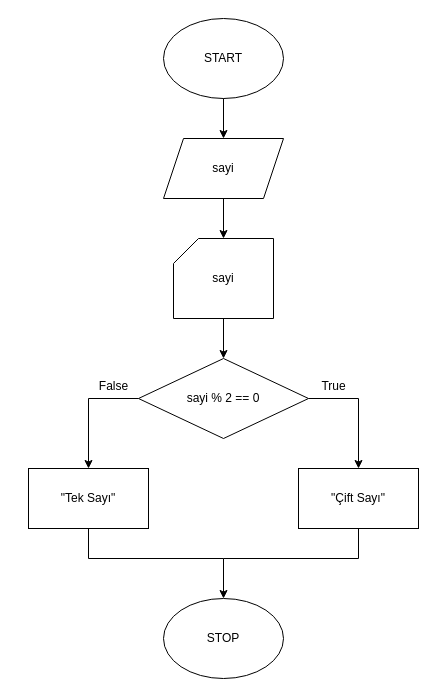
Kano008/drawalg keeps this draw.io diagram as examples/tek-cift-sayi.drawio. Above is the earlier version. Source tidied: cells renumbered, new cells numbered last; positions are measured from the earlier drawing's top-left corner, leaving out a move shared by most shapes. Both pictures are drawn from the tidied source at 100%, with x=0, y=0 at pixel (28, 18).
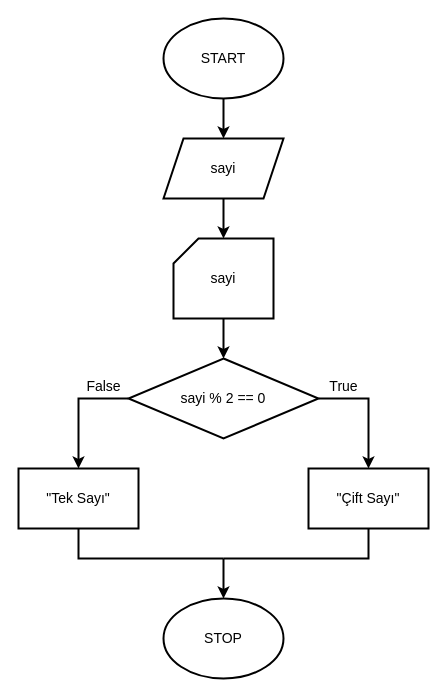
After the change.

What changed in the source:
```diff
@@
-    <mxCell id="2" value="START" style="ellipse;html=1;whiteSpace=wrap;fontSize=12;drawalg=1;" parent="1" vertex="1">
+    <mxCell id="2" value="START" style="ellipse;html=1;whiteSpace=wrap;strokeWidth=2;fontSize=14;drawalg=1;drawalgV=2;" parent="1" vertex="1">
       <mxGeometry x="135" width="120" height="80" as="geometry" />
     </mxCell>
-    <mxCell id="3" value="STOP" style="ellipse;html=1;whiteSpace=wrap;fontSize=12;drawalg=1;" parent="1" vertex="1">
+    <mxCell id="3" value="STOP" style="ellipse;html=1;whiteSpace=wrap;strokeWidth=2;fontSize=14;drawalg=1;drawalgV=2;" parent="1" vertex="1">
       <mxGeometry x="135" y="580" width="120" height="80" as="geometry" />
     </mxCell>
-    <mxCell id="4" style="edgeStyle=none;rounded=0;html=1;endFill=1;drawalg=1;endArrow=classic;exitX=0.5;exitY=1;exitDx=0;exitDy=0;exitPerimeter=0;entryX=0.5;entryY=0;entryDx=0;entryDy=0;entryPerimeter=0;daSeq=main;daIdx=0;" parent="1" edge="1" source="2" target="5">
-      <mxGeometry relative="1" as="geometry" />
-    </mxCell>
-    <mxCell id="5" value="sayi" style="shape=parallelogram;perimeter=parallelogramPerimeter;fixedSize=1;size=20;html=1;whiteSpace=wrap;fontSize=12;drawalg=1;" parent="1" vertex="1">
-      <mxGeometry x="135" y="120" width="120" height="60" as="geometry" />
-    </mxCell>
-    <mxCell id="6" style="edgeStyle=none;rounded=0;html=1;endFill=1;drawalg=1;endArrow=classic;exitX=0.5;exitY=1;exitDx=0;exitDy=0;exitPerimeter=0;entryX=0.5;entryY=0;entryDx=0;entryDy=0;entryPerimeter=0;daSeq=main;daIdx=1;" parent="1" edge="1" source="5" target="7">
-      <mxGeometry relative="1" as="geometry" />
-    </mxCell>
-    <mxCell id="7" value="sayi" style="shape=card;size=25;html=1;whiteSpace=wrap;fontSize=12;drawalg=1;" parent="1" vertex="1">
-      <mxGeometry x="145" y="220" width="100" height="80" as="geometry" />
-    </mxCell>
-    <mxCell id="8" style="edgeStyle=none;rounded=0;html=1;endFill=1;drawalg=1;endArrow=classic;exitX=0.5;exitY=1;exitDx=0;exitDy=0;exitPerimeter=0;entryX=0.5;entryY=0;entryDx=0;entryDy=0;entryPerimeter=0;daSeq=main;daIdx=2;" parent="1" edge="1" source="7" target="9">
-      <mxGeometry relative="1" as="geometry" />
-    </mxCell>
+    <mxCell id="20" style="edgeStyle=none;rounded=0;html=1;endFill=1;strokeWidth=2;drawalg=1;drawalgV=2;endArrow=classic;exitX=0.5;exitY=1;exitDx=0;exitDy=0;exitPerimeter=0;entryX=0.5;entryY=0;entryDx=0;entryDy=0;entryPerimeter=0;daSeq=main;daIdx=0;" parent="1" edge="1" source="2" target="21">
+      <mxGeometry relative="1" as="geometry" />
+    </mxCell>
+    <mxCell id="21" value="sayi" style="shape=parallelogram;perimeter=parallelogramPerimeter;fixedSize=1;size=20;html=1;whiteSpace=wrap;strokeWidth=2;fontSize=14;drawalg=1;drawalgV=2;" parent="1" vertex="1">
+      <mxGeometry x="135" y="120" width="120" height="60" as="geometry" />
+    </mxCell>
+    <mxCell id="22" style="edgeStyle=none;rounded=0;html=1;endFill=1;strokeWidth=2;drawalg=1;drawalgV=2;endArrow=classic;exitX=0.5;exitY=1;exitDx=0;exitDy=0;exitPerimeter=0;entryX=0.5;entryY=0;entryDx=0;entryDy=0;entryPerimeter=0;daSeq=main;daIdx=1;" parent="1" edge="1" source="21" target="23">
+      <mxGeometry relative="1" as="geometry" />
+    </mxCell>
+    <mxCell id="23" value="sayi" style="shape=card;size=25;html=1;whiteSpace=wrap;strokeWidth=2;fontSize=14;drawalg=1;drawalgV=2;" parent="1" vertex="1">
+      <mxGeometry x="145" y="220" width="100" height="80" as="geometry" />
+    </mxCell>
+    <mxCell id="24" style="edgeStyle=none;rounded=0;html=1;endFill=1;strokeWidth=2;drawalg=1;drawalgV=2;endArrow=classic;exitX=0.5;exitY=1;exitDx=0;exitDy=0;exitPerimeter=0;entryX=0.5;entryY=0;entryDx=0;entryDy=0;entryPerimeter=0;daSeq=main;daIdx=2;" parent="1" edge="1" source="23" target="9">
+      <mxGeometry relative="1" as="geometry" />
+    </mxCell>
-    <mxCell id="9" value="sayi % 2 == 0" style="rhombus;html=1;whiteSpace=wrap;fontSize=12;drawalg=1;" parent="1" vertex="1">
-      <mxGeometry x="110" y="340" width="170" height="80" as="geometry" />
+    <mxCell id="9" value="sayi % 2 == 0" style="rhombus;html=1;whiteSpace=wrap;strokeWidth=2;fontSize=14;drawalg=1;drawalgV=2;" parent="1" vertex="1">
+      <mxGeometry x="100" y="340" width="190" height="80" as="geometry" />
     </mxCell>
-    <mxCell id="10" style="shape=waypoint;size=1;fillColor=none;strokeColor=none;perimeter=centerPerimeter;drawalg=1;selectable=0;" parent="1" vertex="1">
-      <mxGeometry x="194" y="539" width="2" height="2" as="geometry" />
-    </mxCell>
+    <mxCell id="25" style="shape=waypoint;size=1;fillColor=none;strokeColor=none;perimeter=centerPerimeter;drawalg=1;drawalgV=2;selectable=0;" parent="1" vertex="1">
+      <mxGeometry x="194" y="539" width="2" height="2" as="geometry" />
+    </mxCell>
-    <mxCell id="11" value="False" style="text;html=1;align=center;verticalAlign=middle;strokeColor=none;fillColor=none;fontSize=12;drawalg=1;selectable=0;" parent="1" vertex="1">
-      <mxGeometry x="60" y="358" width="50" height="20" as="geometry" />
+    <mxCell id="11" value="False" style="text;html=1;align=center;verticalAlign=middle;strokeColor=none;fillColor=none;fontSize=14;drawalg=1;drawalgV=2;selectable=0;" parent="1" vertex="1">
+      <mxGeometry x="50" y="358" width="50" height="20" as="geometry" />
     </mxCell>
-    <mxCell id="12" value="True" style="text;html=1;align=center;verticalAlign=middle;strokeColor=none;fillColor=none;fontSize=12;drawalg=1;selectable=0;" parent="1" vertex="1">
-      <mxGeometry x="280" y="358" width="50" height="20" as="geometry" />
+    <mxCell id="12" value="True" style="text;html=1;align=center;verticalAlign=middle;strokeColor=none;fillColor=none;fontSize=14;drawalg=1;drawalgV=2;selectable=0;" parent="1" vertex="1">
+      <mxGeometry x="290" y="358" width="50" height="20" as="geometry" />
     </mxCell>
-    <mxCell id="13" style="edgeStyle=none;rounded=0;html=1;endFill=1;drawalg=1;endArrow=classic;exitX=0;exitY=0.5;exitDx=0;exitDy=0;exitPerimeter=0;entryX=0.5;entryY=0;entryDx=0;entryDy=0;entryPerimeter=0;daSeq=q03s0rvtr:no;daIdx=0;" parent="1" edge="1" source="9" target="16">
+    <mxCell id="13" style="edgeStyle=none;rounded=0;html=1;endFill=1;strokeWidth=2;drawalg=1;drawalgV=2;endArrow=classic;exitX=0;exitY=0.5;exitDx=0;exitDy=0;exitPerimeter=0;entryX=0.5;entryY=0;entryDx=0;entryDy=0;entryPerimeter=0;daSeq=f7tk1crzk:no;daIdx=0;" parent="1" edge="1" source="9" target="16">
       <mxGeometry relative="1" as="geometry">
         <Array as="points">
-          <mxPoint x="60" y="380" />
+          <mxPoint x="50" y="380" />
         </Array>
       </mxGeometry>
     </mxCell>
-    <mxCell id="14" style="edgeStyle=none;rounded=0;html=1;endFill=1;drawalg=1;endArrow=classic;exitX=1;exitY=0.5;exitDx=0;exitDy=0;exitPerimeter=0;entryX=0.5;entryY=0;entryDx=0;entryDy=0;entryPerimeter=0;daSeq=q03s0rvtr:yes;daIdx=0;" parent="1" edge="1" source="9" target="18">
+    <mxCell id="14" style="edgeStyle=none;rounded=0;html=1;endFill=1;strokeWidth=2;drawalg=1;drawalgV=2;endArrow=classic;exitX=1;exitY=0.5;exitDx=0;exitDy=0;exitPerimeter=0;entryX=0.5;entryY=0;entryDx=0;entryDy=0;entryPerimeter=0;daSeq=f7tk1crzk:yes;daIdx=0;" parent="1" edge="1" source="9" target="18">
       <mxGeometry relative="1" as="geometry">
         <Array as="points">
-          <mxPoint x="330" y="380" />
+          <mxPoint x="340" y="380" />
         </Array>
       </mxGeometry>
     </mxCell>
-    <mxCell id="15" style="edgeStyle=none;rounded=0;html=1;endFill=1;drawalg=1;endArrow=classic;exitX=0.5;exitY=0.5;exitDx=0;exitDy=0;exitPerimeter=0;entryX=0.5;entryY=0;entryDx=0;entryDy=0;entryPerimeter=0;daSeq=main;daIdx=3;" parent="1" edge="1" source="10" target="3">
-      <mxGeometry relative="1" as="geometry" />
-    </mxCell>
+    <mxCell id="26" style="edgeStyle=none;rounded=0;html=1;endFill=1;strokeWidth=2;drawalg=1;drawalgV=2;endArrow=classic;exitX=0.5;exitY=0.5;exitDx=0;exitDy=0;exitPerimeter=0;entryX=0.5;entryY=0;entryDx=0;entryDy=0;entryPerimeter=0;daSeq=main;daIdx=3;" parent="1" edge="1" source="25" target="3">
+      <mxGeometry relative="1" as="geometry" />
+    </mxCell>
-    <mxCell id="16" value="&quot;Tek Sayı&quot;" style="rounded=0;html=1;whiteSpace=wrap;fontSize=12;drawalg=1;" parent="1" vertex="1">
-      <mxGeometry y="450" width="120" height="60" as="geometry" />
+    <mxCell id="16" value="&quot;Tek Sayı&quot;" style="rounded=0;html=1;whiteSpace=wrap;strokeWidth=2;fontSize=14;drawalg=1;drawalgV=2;" parent="1" vertex="1">
+      <mxGeometry x="-10" y="450" width="120" height="60" as="geometry" />
     </mxCell>
-    <mxCell id="17" style="edgeStyle=none;rounded=0;html=1;endFill=1;drawalg=1;endArrow=none;exitX=0.5;exitY=1;exitDx=0;exitDy=0;exitPerimeter=0;entryX=0.5;entryY=0.5;entryDx=0;entryDy=0;entryPerimeter=0;daSeq=q03s0rvtr:no;daIdx=1;" parent="1" edge="1" source="16" target="10">
-      <mxGeometry relative="1" as="geometry">
-        <Array as="points">
-          <mxPoint x="60" y="540" />
-        </Array>
-      </mxGeometry>
-    </mxCell>
+    <mxCell id="27" style="edgeStyle=none;rounded=0;html=1;endFill=1;strokeWidth=2;drawalg=1;drawalgV=2;endArrow=none;exitX=0.5;exitY=1;exitDx=0;exitDy=0;exitPerimeter=0;entryX=0.5;entryY=0.5;entryDx=0;entryDy=0;entryPerimeter=0;daSeq=f7tk1crzk:no;daIdx=1;" parent="1" edge="1" source="16" target="25">
+      <mxGeometry relative="1" as="geometry">
+        <Array as="points">
+          <mxPoint x="50" y="540" />
+        </Array>
+      </mxGeometry>
+    </mxCell>
-    <mxCell id="18" value="&quot;Çift Sayı&quot;" style="rounded=0;html=1;whiteSpace=wrap;fontSize=12;drawalg=1;" parent="1" vertex="1">
-      <mxGeometry x="270" y="450" width="120" height="60" as="geometry" />
+    <mxCell id="18" value="&quot;Çift Sayı&quot;" style="rounded=0;html=1;whiteSpace=wrap;strokeWidth=2;fontSize=14;drawalg=1;drawalgV=2;" parent="1" vertex="1">
+      <mxGeometry x="280" y="450" width="120" height="60" as="geometry" />
     </mxCell>
-    <mxCell id="19" style="edgeStyle=none;rounded=0;html=1;endFill=1;drawalg=1;endArrow=none;exitX=0.5;exitY=1;exitDx=0;exitDy=0;exitPerimeter=0;entryX=0.5;entryY=0.5;entryDx=0;entryDy=0;entryPerimeter=0;daSeq=q03s0rvtr:yes;daIdx=1;" parent="1" edge="1" source="18" target="10">
-      <mxGeometry relative="1" as="geometry">
-        <Array as="points">
-          <mxPoint x="330" y="540" />
-        </Array>
-      </mxGeometry>
-    </mxCell>
+    <mxCell id="28" style="edgeStyle=none;rounded=0;html=1;endFill=1;strokeWidth=2;drawalg=1;drawalgV=2;endArrow=none;exitX=0.5;exitY=1;exitDx=0;exitDy=0;exitPerimeter=0;entryX=0.5;entryY=0.5;entryDx=0;entryDy=0;entryPerimeter=0;daSeq=f7tk1crzk:yes;daIdx=1;" parent="1" edge="1" source="18" target="25">
+      <mxGeometry relative="1" as="geometry">
+        <Array as="points">
+          <mxPoint x="340" y="540" />
+        </Array>
+      </mxGeometry>
+    </mxCell>
```
